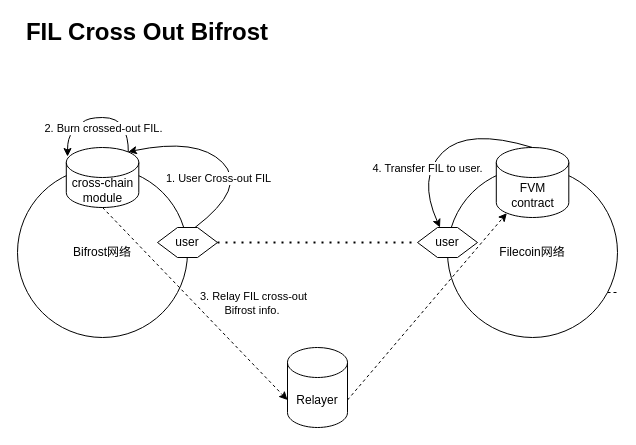
The draw.io diagram vfil-crossout-fvm.drawio in herryho/flowchars, before the edit. Source tidied: cells renumbered, new cells numbered last; positions are measured from the earlier drawing's top-left corner, leaving out a move shared by most shapes. Both pictures are drawn from the tidied source at 100%, with x=0, y=0 at pixel (17, 17).
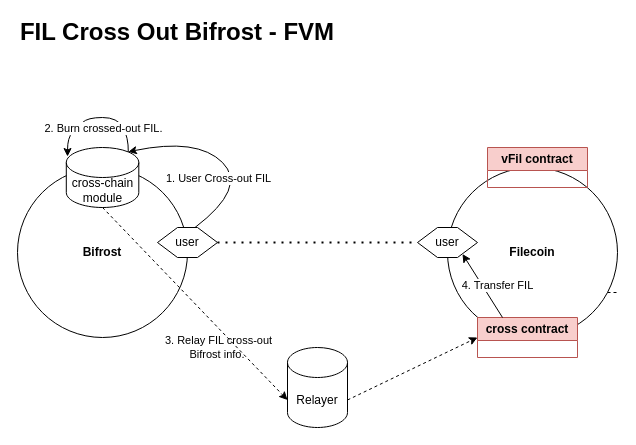
The same diagram, later.

The change refers to these unchanged cells:
```xml
<mxCell id="5" value="user" style="shape=hexagon;perimeter=hexagonPerimeter2;whiteSpace=wrap;html=1;fixedSize=1;" parent="1" vertex="1">
  <mxGeometry x="400" y="210" width="60" height="30" as="geometry" />
</mxCell>
<mxCell id="9" value="Relayer" style="shape=cylinder3;whiteSpace=wrap;html=1;boundedLbl=1;backgroundOutline=1;size=15;" parent="1" vertex="1">
  <mxGeometry x="270" y="330" width="60" height="80" as="geometry" />
</mxCell>
```

The edit, as a diff of the source:
```diff
@@
-    <mxCell id="2" value="Bifrost网络" style="ellipse;whiteSpace=wrap;html=1;" parent="1" vertex="1">
+    <mxCell id="2" value="&lt;b&gt;Bifrost&lt;/b&gt;" style="ellipse;whiteSpace=wrap;html=1;" parent="1" vertex="1">
       <mxGeometry y="150" width="170" height="170" as="geometry" />
     </mxCell>
-    <mxCell id="3" value="Filecoin网络" style="ellipse;whiteSpace=wrap;html=1;" parent="1" vertex="1">
+    <mxCell id="3" value="&lt;b&gt;Filecoin&lt;/b&gt;" style="ellipse;whiteSpace=wrap;html=1;" parent="1" vertex="1">
       <mxGeometry x="430" y="150" width="170" height="170" as="geometry" />
     </mxCell>
@@
-    <mxCell id="7" value="FVM contract" style="shape=cylinder3;whiteSpace=wrap;html=1;boundedLbl=1;backgroundOutline=1;size=15;" parent="1" vertex="1">
-      <mxGeometry x="478.8" y="130" width="72.5" height="70" as="geometry" />
-    </mxCell>
@@
-    <mxCell id="11" style="endArrow=classic;html=1;rounded=0;dashed=1;entryX=0.145;entryY=1;entryDx=0;entryDy=-4.35;entryPerimeter=0;exitX=1;exitY=0;exitDx=0;exitDy=52.5;exitPerimeter=0;" parent="1" edge="1" source="9" target="7">
+    <mxCell id="11" style="endArrow=classic;html=1;rounded=0;dashed=1;entryX=0;entryY=0.5;entryDx=0;entryDy=0;exitX=1;exitY=0;exitDx=0;exitDy=52.5;exitPerimeter=0;" parent="1" edge="1" source="9" target="22">
       <mxGeometry relative="1" as="geometry" />
     </mxCell>
     <mxCell id="12" value="3. Relay FIL cross-out&lt;br&gt;Bifrost info.&amp;nbsp;" style="edgeLabel;html=1;align=center;verticalAlign=middle;" parent="11" vertex="1">
       <mxGeometry x="0.2" y="-3" relative="1" as="geometry">
-        <mxPoint x="-192" y="13" as="offset" />
+        <mxPoint x="-209" y="-18" as="offset" />
       </mxGeometry>
     </mxCell>
@@
-    <mxCell id="14" value="FIL Cross Out Bifrost" style="text;html=1;strokeColor=none;fillColor=none;align=center;verticalAlign=middle;whiteSpace=wrap;rounded=0;fontStyle=1;fontSize=24;" parent="1" vertex="1">
-      <mxGeometry width="260" height="30" as="geometry" />
+    <mxCell id="14" value="FIL Cross Out Bifrost - FVM" style="text;html=1;strokeColor=none;fillColor=none;align=center;verticalAlign=middle;whiteSpace=wrap;rounded=0;fontStyle=1;fontSize=24;" parent="1" vertex="1">
+      <mxGeometry width="320" height="30" as="geometry" />
     </mxCell>
@@
-    <mxCell id="19" style="curved=1;endArrow=classic;html=1;rounded=0;exitX=0.5;exitY=0;exitDx=0;exitDy=0;exitPerimeter=0;entryX=0.375;entryY=0;entryDx=0;entryDy=0;" parent="1" edge="1" source="7" target="5">
-      <mxGeometry relative="1" as="geometry">
-        <Array as="points">
-          <mxPoint x="450" y="110" />
-          <mxPoint x="400" y="160" />
-        </Array>
-      </mxGeometry>
-    </mxCell>
-    <mxCell id="20" value="4. Transfer FIL to user." style="edgeLabel;html=1;align=center;verticalAlign=middle;" parent="19" vertex="1">
-      <mxGeometry x="-0.22" y="7" relative="1" as="geometry">
-        <mxPoint x="-40" y="30" as="offset" />
-      </mxGeometry>
-    </mxCell>
+    <mxCell id="21" value="vFil contract" style="swimlane;whiteSpace=wrap;html=1;fillColor=#f8cecc;strokeColor=#b85450;" parent="1" vertex="1">
+      <mxGeometry x="470" y="130" width="100" height="40" as="geometry" />
+    </mxCell>
+    <mxCell id="22" value="cross contract" style="swimlane;whiteSpace=wrap;html=1;fillColor=#f8cecc;strokeColor=#b85450;" parent="1" vertex="1">
+      <mxGeometry x="460" y="300" width="100" height="40" as="geometry" />
+    </mxCell>
+    <mxCell id="23" style="endArrow=classic;html=1;rounded=0;entryX=0.75;entryY=0.883;entryDx=0;entryDy=0;exitX=0.25;exitY=0;exitDx=0;exitDy=0;entryPerimeter=0;" parent="1" edge="1" source="22" target="5">
+      <mxGeometry relative="1" as="geometry" />
+    </mxCell>
+    <mxCell id="24" value="4. Transfer FIL" style="edgeLabel;html=1;align=center;verticalAlign=middle;" parent="23" vertex="1">
+      <mxGeometry x="0.06" y="2" relative="1" as="geometry">
+        <mxPoint x="18" as="offset" />
+      </mxGeometry>
+    </mxCell>
```
